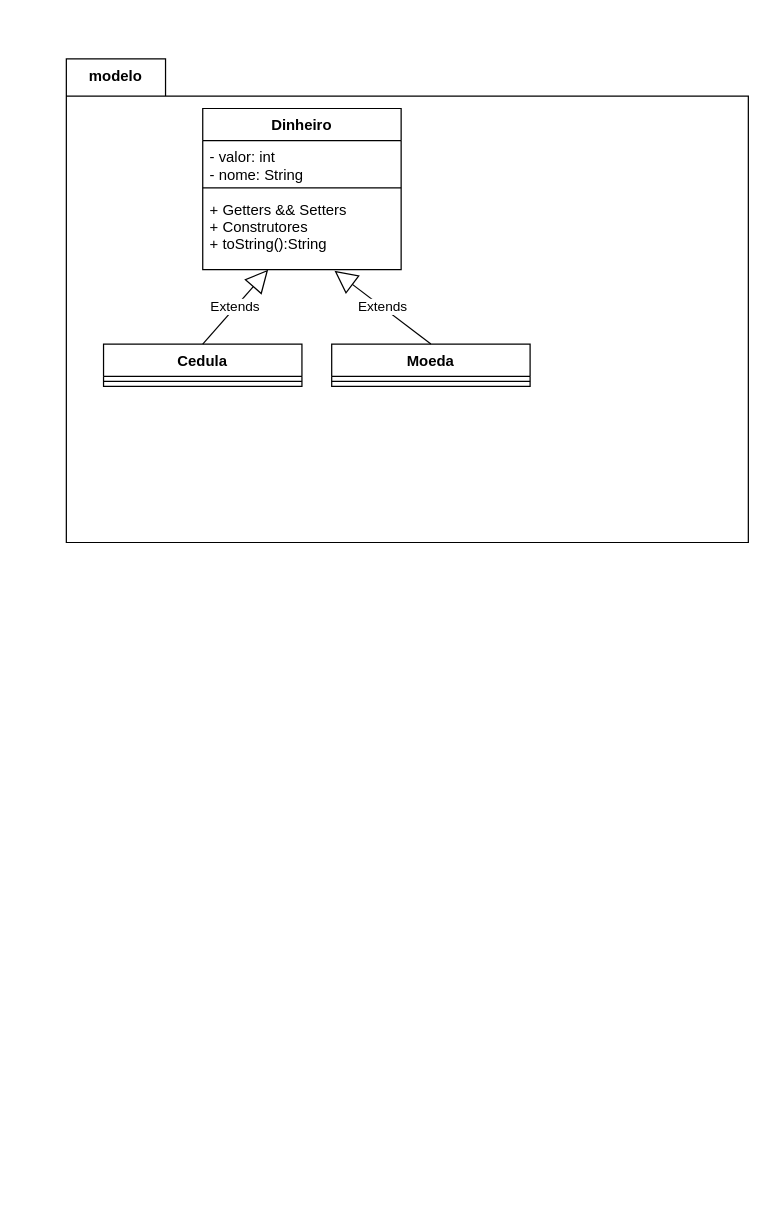
wellifabio/senai2021 keeps this draw.io diagram as 1des/fpoo/Aula/17/workspace/Moedas/docs/diagramaClasses.drawio. Above is the earlier version. Source tidied: cells renumbered, new cells numbered last; positions are measured from the earlier drawing's top-left corner, leaving out a move shared by most shapes. Both pictures are drawn from the tidied source at 124%, with x=0, y=0 at pixel (66, 58).
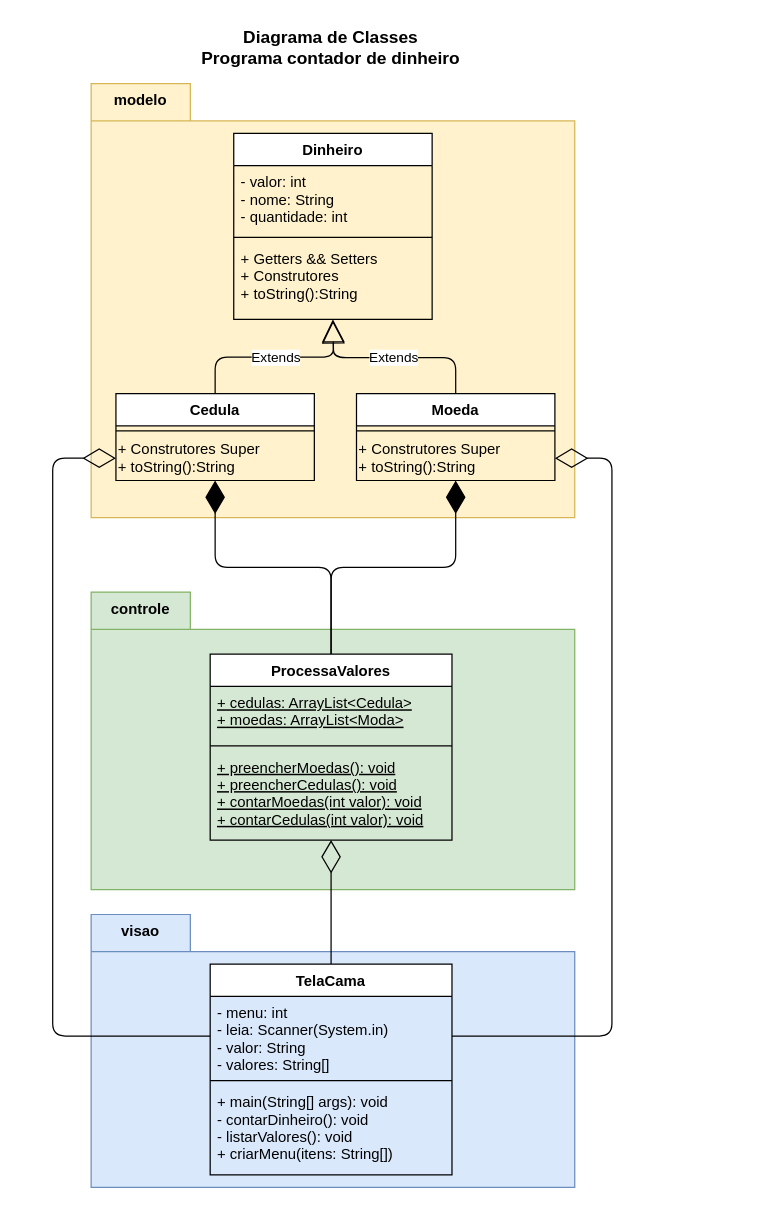
Above is the later version.

Diff of the diagram source:
```diff
@@
-    <mxCell id="2" style="shape=folder;fontStyle=1;spacingTop=10;tabWidth=80;tabHeight=30;tabPosition=left;html=1;" parent="1" vertex="1">
-      <mxGeometry width="550" height="390" as="geometry" />
+    <mxCell id="2" style="shape=folder;fontStyle=1;spacingTop=10;tabWidth=80;tabHeight=30;tabPosition=left;html=1;fillColor=#fff2cc;strokeColor=#d6b656;" parent="1" vertex="1">
+      <mxGeometry x="20" y="20" width="390" height="350" as="geometry" />
     </mxCell>
     <mxCell id="3" value="Dinheiro" style="swimlane;fontStyle=1;align=center;verticalAlign=top;horizontal=1;startSize=26;" parent="1" vertex="1">
-      <mxGeometry x="110" y="40" width="160" height="130" as="geometry" />
+      <mxGeometry x="135" y="60" width="160" height="150" as="geometry" />
     </mxCell>
-    <mxCell id="4" value="- valor: int&#10;- nome: String" style="text;strokeColor=none;fillColor=none;align=left;verticalAlign=top;spacingLeft=4;spacingRight=4;overflow=hidden;" parent="3" vertex="1">
-      <mxGeometry y="26" width="160" height="34" as="geometry" />
+    <mxCell id="4" value="- valor: int&#10;- nome: String&#10;- quantidade: int" style="text;strokeColor=none;fillColor=none;align=left;verticalAlign=top;spacingLeft=4;spacingRight=4;overflow=hidden;" parent="3" vertex="1">
+      <mxGeometry y="26" width="160" height="54" as="geometry" />
     </mxCell>
     <mxCell id="5" style="line;strokeWidth=1;fillColor=none;align=left;verticalAlign=middle;spacingTop=-1;spacingLeft=3;spacingRight=3;labelPosition=right;" parent="3" vertex="1">
-      <mxGeometry y="60" width="160" height="8" as="geometry" />
+      <mxGeometry y="80" width="160" height="8" as="geometry" />
     </mxCell>
     <mxCell id="6" value="+ Getters &amp;&amp; Setters&#10;+ Construtores&#10;+ toString():String" style="text;strokeColor=none;fillColor=none;align=left;verticalAlign=top;spacingLeft=4;spacingRight=4;overflow=hidden;points=[[0,0.5],[1,0.5]];portConstraint=eastwest;" parent="3" vertex="1">
-      <mxGeometry y="68" width="160" height="62" as="geometry" />
+      <mxGeometry y="88" width="160" height="62" as="geometry" />
     </mxCell>
     <mxCell id="7" value="modelo" style="text;align=center;fontStyle=1;verticalAlign=middle;spacingLeft=3;spacingRight=3;strokeColor=none;" parent="1" vertex="1">
-      <mxGeometry width="80" height="26" as="geometry" />
+      <mxGeometry x="20" y="20" width="80" height="26" as="geometry" />
     </mxCell>
     <mxCell id="8" value="Moeda" style="swimlane;fontStyle=1;align=center;verticalAlign=top;horizontal=1;startSize=26;" parent="1" vertex="1">
-      <mxGeometry x="214" y="230" width="160" height="34" as="geometry" />
+      <mxGeometry x="234" y="270" width="160" height="70" as="geometry" />
     </mxCell>
@@
+    <mxCell id="14" value="+ Construtores Super&lt;span&gt;&lt;br&gt;+ toString():String&lt;/span&gt;" style="text;html=1;strokeColor=none;fillColor=none;align=left;verticalAlign=middle;whiteSpace=wrap;rounded=0;" parent="8" vertex="1">
+      <mxGeometry y="34" width="160" height="36" as="geometry" />
+    </mxCell>
     <mxCell id="10" value="Cedula" style="swimlane;fontStyle=1;align=center;verticalAlign=top;horizontal=1;startSize=26;" parent="1" vertex="1">
-      <mxGeometry x="30" y="230" width="160" height="34" as="geometry" />
+      <mxGeometry x="40" y="270" width="160" height="70" as="geometry" />
     </mxCell>
@@
+    <mxCell id="15" value="&lt;span&gt;+ Construtores Super&lt;br&gt;+ toString():String&lt;br&gt;&lt;/span&gt;" style="text;html=1;strokeColor=none;fillColor=none;align=left;verticalAlign=middle;whiteSpace=wrap;rounded=0;" parent="10" vertex="1">
+      <mxGeometry y="34" width="160" height="36" as="geometry" />
+    </mxCell>
-    <mxCell id="12" value="Extends" style="endArrow=block;endSize=16;endFill=0;html=1;exitX=0.5;exitY=0;exitDx=0;exitDy=0;" parent="1" edge="1" source="10" target="6">
-      <mxGeometry relative="1" as="geometry" />
+    <mxCell id="12" value="Extends" style="endArrow=block;endSize=16;endFill=0;html=1;exitX=0.5;exitY=0;exitDx=0;exitDy=0;edgeStyle=orthogonalEdgeStyle;" parent="1" edge="1" source="10">
+      <mxGeometry relative="1" as="geometry">
+        <mxPoint x="215" y="210" as="targetPoint" />
+      </mxGeometry>
     </mxCell>
-    <mxCell id="13" value="Extends" style="endArrow=block;endSize=16;endFill=0;html=1;exitX=0.5;exitY=0;exitDx=0;exitDy=0;entryX=0.664;entryY=1.014;entryDx=0;entryDy=0;entryPerimeter=0;" parent="1" edge="1" source="8" target="6">
-      <mxGeometry relative="1" as="geometry" />
+    <mxCell id="13" value="Extends" style="endArrow=block;endSize=16;endFill=0;html=1;exitX=0.5;exitY=0;exitDx=0;exitDy=0;edgeStyle=orthogonalEdgeStyle;" parent="1" edge="1" source="8">
+      <mxGeometry relative="1" as="geometry">
+        <mxPoint x="215" y="211" as="targetPoint" />
+      </mxGeometry>
     </mxCell>
+    <mxCell id="16" style="shape=folder;fontStyle=1;spacingTop=10;tabWidth=80;tabHeight=30;tabPosition=left;html=1;fillColor=#d5e8d4;strokeColor=#82b366;" parent="1" vertex="1">
+      <mxGeometry x="20" y="430" width="390" height="240" as="geometry" />
+    </mxCell>
+    <mxCell id="17" value="ProcessaValores" style="swimlane;fontStyle=1;align=center;verticalAlign=top;horizontal=1;startSize=26;" parent="1" vertex="1">
+      <mxGeometry x="116" y="480" width="195" height="150" as="geometry" />
+    </mxCell>
+    <mxCell id="18" value="+ cedulas: ArrayList&lt;Cedula&gt;&#10;+ moedas: ArrayList&lt;Moda&gt;" style="text;strokeColor=none;fillColor=none;align=left;verticalAlign=top;spacingLeft=4;spacingRight=4;overflow=hidden;fontStyle=4;" parent="17" vertex="1">
+      <mxGeometry y="26" width="195" height="44" as="geometry" />
+    </mxCell>
+    <mxCell id="19" style="line;strokeWidth=1;fillColor=none;align=left;verticalAlign=middle;spacingTop=-1;spacingLeft=3;spacingRight=3;labelPosition=right;" parent="17" vertex="1">
+      <mxGeometry y="70" width="195" height="8" as="geometry" />
+    </mxCell>
+    <mxCell id="20" value="+ preencherMoedas(): void&#10;+ preencherCedulas(): void&#10;+ contarMoedas(int valor): void&#10;+ contarCedulas(int valor): void" style="text;strokeColor=none;fillColor=none;align=left;verticalAlign=top;spacingLeft=4;spacingRight=4;overflow=hidden;points=[[0,0.5],[1,0.5]];portConstraint=eastwest;fontStyle=4;" parent="17" vertex="1">
+      <mxGeometry y="78" width="195" height="72" as="geometry" />
+    </mxCell>
+    <mxCell id="21" value="controle" style="text;align=center;fontStyle=1;verticalAlign=middle;spacingLeft=3;spacingRight=3;strokeColor=none;" parent="1" vertex="1">
+      <mxGeometry x="20" y="430" width="80" height="26" as="geometry" />
+    </mxCell>
+    <mxCell id="22" style="endArrow=diamondThin;endFill=1;endSize=24;html=1;exitX=0.5;exitY=0;exitDx=0;exitDy=0;entryX=0.5;entryY=1;entryDx=0;entryDy=0;edgeStyle=orthogonalEdgeStyle;" parent="1" edge="1" source="17" target="15">
+      <mxGeometry relative="1" as="geometry" />
+    </mxCell>
+    <mxCell id="23" style="endArrow=diamondThin;endFill=1;endSize=24;html=1;exitX=0.5;exitY=0;exitDx=0;exitDy=0;entryX=0.5;entryY=1;entryDx=0;entryDy=0;edgeStyle=orthogonalEdgeStyle;" parent="1" edge="1" source="17" target="14">
+      <mxGeometry relative="1" as="geometry" />
+    </mxCell>
+    <mxCell id="24" value="Diagrama de Classes&#10;Programa contador de dinheiro" style="text;align=center;fontStyle=1;verticalAlign=middle;spacingLeft=3;spacingRight=3;strokeColor=none;fontSize=14;" parent="1" vertex="1">
+      <mxGeometry x="100" y="-30" width="227" height="40" as="geometry" />
+    </mxCell>
+    <mxCell id="25" style="shape=folder;fontStyle=1;spacingTop=10;tabWidth=80;tabHeight=30;tabPosition=left;html=1;fillColor=#dae8fc;strokeColor=#6c8ebf;" parent="1" vertex="1">
+      <mxGeometry x="20" y="690" width="390" height="220" as="geometry" />
+    </mxCell>
+    <mxCell id="26" value="TelaCama" style="swimlane;fontStyle=1;align=center;verticalAlign=top;horizontal=1;startSize=26;" parent="1" vertex="1">
+      <mxGeometry x="116" y="730" width="195" height="170" as="geometry" />
+    </mxCell>
+    <mxCell id="27" value="- menu: int&#10;- leia: Scanner(System.in)&#10;- valor: String&#10;- valores: String[]" style="text;strokeColor=none;fillColor=none;align=left;verticalAlign=top;spacingLeft=4;spacingRight=4;overflow=hidden;points=[[0,0.5],[1,0.5]];portConstraint=eastwest;" parent="26" vertex="1">
+      <mxGeometry y="26" width="195" height="64" as="geometry" />
+    </mxCell>
+    <mxCell id="28" style="line;strokeWidth=1;fillColor=none;align=left;verticalAlign=middle;spacingTop=-1;spacingLeft=3;spacingRight=3;labelPosition=right;" parent="26" vertex="1">
+      <mxGeometry y="90" width="195" height="8" as="geometry" />
+    </mxCell>
+    <mxCell id="29" value="+ main(String[] args): void&#10;- contarDinheiro(): void&#10;- listarValores(): void&#10;+ criarMenu(itens: String[])" style="text;strokeColor=none;fillColor=none;align=left;verticalAlign=top;spacingLeft=4;spacingRight=4;overflow=hidden;" parent="26" vertex="1">
+      <mxGeometry y="98" width="195" height="72" as="geometry" />
+    </mxCell>
+    <mxCell id="30" value="visao" style="text;align=center;fontStyle=1;verticalAlign=middle;spacingLeft=3;spacingRight=3;strokeColor=none;" parent="1" vertex="1">
+      <mxGeometry x="20" y="690" width="80" height="26" as="geometry" />
+    </mxCell>
+    <mxCell id="31" style="endArrow=diamondThin;endFill=0;endSize=24;html=1;fontSize=14;exitX=0.5;exitY=0;exitDx=0;exitDy=0;" parent="1" edge="1" source="26" target="20">
+      <mxGeometry relative="1" as="geometry" />
+    </mxCell>
+    <mxCell id="32" style="endArrow=diamondThin;endFill=0;endSize=24;html=1;fontSize=14;exitX=1;exitY=0.5;exitDx=0;exitDy=0;entryX=1;entryY=0.5;entryDx=0;entryDy=0;edgeStyle=orthogonalEdgeStyle;" parent="1" edge="1" source="27" target="14">
+      <mxGeometry relative="1" as="geometry">
+        <Array as="points">
+          <mxPoint x="440" y="788" />
+          <mxPoint x="440" y="322" />
+        </Array>
+      </mxGeometry>
+    </mxCell>
+    <mxCell id="33" style="endArrow=diamondThin;endFill=0;endSize=24;html=1;fontSize=14;exitX=0;exitY=0.5;exitDx=0;exitDy=0;entryX=0;entryY=0.5;entryDx=0;entryDy=0;edgeStyle=orthogonalEdgeStyle;" parent="1" edge="1" source="27" target="15">
+      <mxGeometry relative="1" as="geometry">
+        <Array as="points">
+          <mxPoint x="-11" y="788" />
+          <mxPoint x="-11" y="322" />
+        </Array>
+      </mxGeometry>
+    </mxCell>
```
